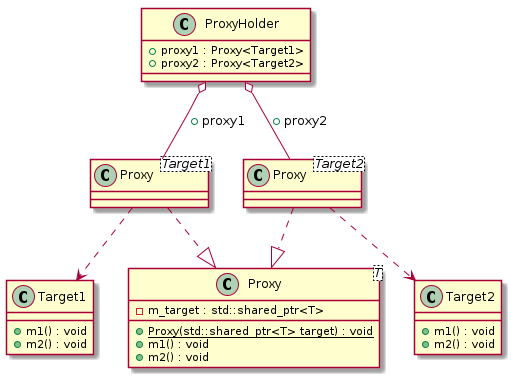
Before: docs/test_cases/t00025_class.png, a diagram exported from PlantUML (bkryza/clang-uml).
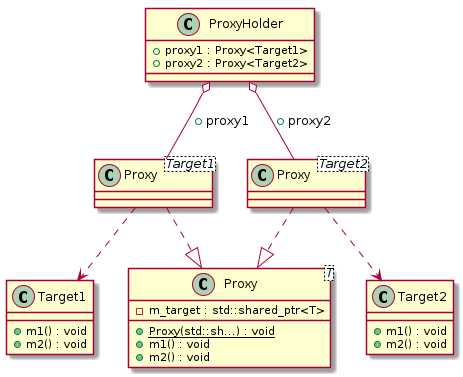
After the change.

Diff of the diagram source:
```diff
@@ -22,7 +22,7 @@
 }
 
 class C_0000000383 {
-{static} +Proxy(std::shared_ptr<T> target) : void
+{static} +Proxy(std::sh...) : void
 +m1() : void
 +m2() : void
 -m_target : std::shared_ptr<T>
```
